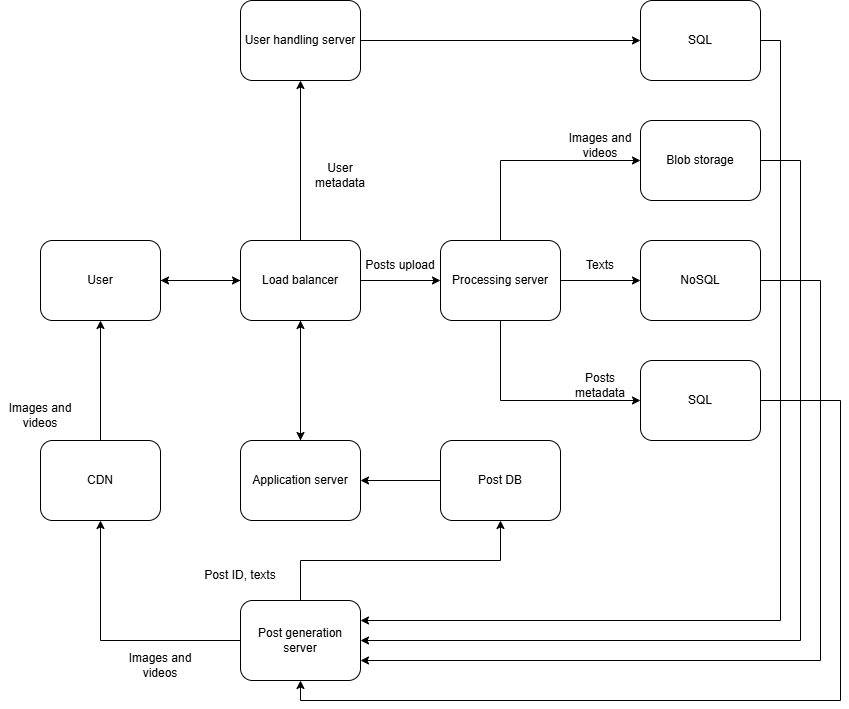
The draw.io diagram software-engineering/image/system-design-0/instagram-1.png in riehseun/riehseun.github.io, before a commit. Source tidied: cells renumbered, new cells last; positions are measured from the earlier drawing's top-left corner, leaving out a move shared by most shapes.
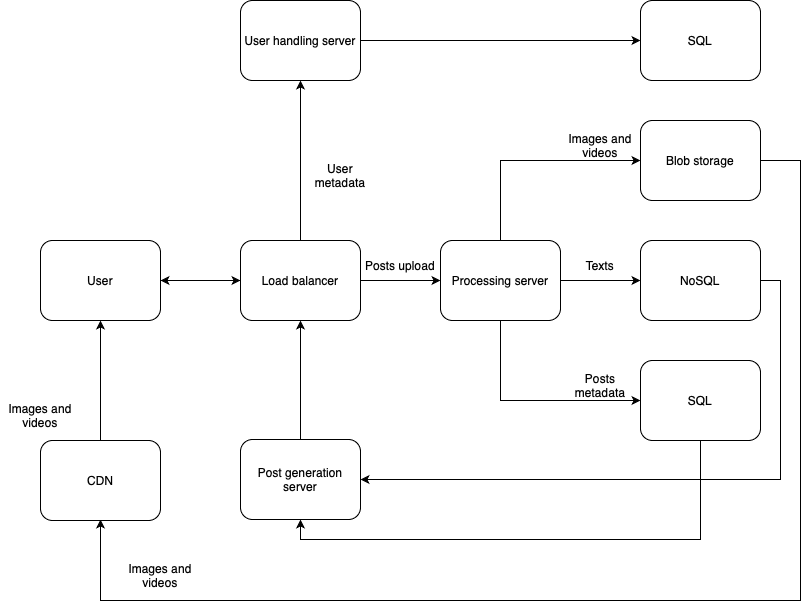
Later version of the same file.

The edit, as a diff of the source:
```diff
@@ -14,9 +14,6 @@
     <mxCell id="5" style="edgeStyle=orthogonalEdgeStyle;rounded=0;jettySize=auto;html=1;exitX=0;exitY=0.5;exitDx=0;exitDy=0;entryX=1;entryY=0.5;entryDx=0;entryDy=0;" parent="1" edge="1" source="8" target="3">
       <mxGeometry relative="1" as="geometry" />
     </mxCell>
-    <mxCell id="6" style="edgeStyle=orthogonalEdgeStyle;rounded=0;jettySize=auto;html=1;exitX=0.5;exitY=1;exitDx=0;exitDy=0;" parent="1" edge="1" source="8" target="30">
-      <mxGeometry relative="1" as="geometry" />
-    </mxCell>
     <mxCell id="7" style="edgeStyle=orthogonalEdgeStyle;rounded=0;jettySize=auto;html=1;exitX=0.5;exitY=0;exitDx=0;exitDy=0;" parent="1" edge="1" source="8" target="39">
       <mxGeometry relative="1" as="geometry" />
     </mxCell>
@@ -35,13 +32,8 @@
     <mxCell id="12" value="Processing server" style="rounded=1;whiteSpace=wrap;html=1;" parent="1" vertex="1">
       <mxGeometry x="440" y="240" width="120" height="80" as="geometry" />
     </mxCell>
-    <mxCell id="13" style="edgeStyle=orthogonalEdgeStyle;rounded=0;jettySize=auto;html=1;exitX=1;exitY=0.5;exitDx=0;exitDy=0;entryX=1;entryY=0.75;entryDx=0;entryDy=0;" parent="1" edge="1" source="14" target="28">
-      <mxGeometry relative="1" as="geometry">
-        <Array as="points">
-          <mxPoint x="820" y="280" />
-          <mxPoint x="820" y="660" />
-        </Array>
-      </mxGeometry>
+    <mxCell id="13" style="edgeStyle=orthogonalEdgeStyle;rounded=0;jettySize=auto;html=1;exitX=1;exitY=0.5;exitDx=0;exitDy=0;entryX=0;entryY=0.5;entryDx=0;entryDy=0;" parent="1" edge="1" source="14" target="28">
+      <mxGeometry relative="1" as="geometry" />
     </mxCell>
     <mxCell id="14" value="NoSQL" style="rounded=1;whiteSpace=wrap;html=1;" parent="1" vertex="1">
       <mxGeometry x="640" y="240" width="120" height="80" as="geometry" />
@@ -49,25 +41,21 @@
     <mxCell id="15" value="Posts upload" style="text;html=1;align=center;verticalAlign=middle;whiteSpace=wrap;rounded=0;" parent="1" vertex="1">
       <mxGeometry x="360" y="250" width="80" height="30" as="geometry" />
     </mxCell>
-    <mxCell id="16" style="edgeStyle=orthogonalEdgeStyle;rounded=0;jettySize=auto;html=1;exitX=1;exitY=0.5;exitDx=0;exitDy=0;entryX=1;entryY=0.5;entryDx=0;entryDy=0;" parent="1" edge="1" source="17" target="28">
+    <mxCell id="16" style="edgeStyle=orthogonalEdgeStyle;rounded=0;jettySize=auto;html=1;entryX=1;entryY=0.5;entryDx=0;entryDy=0;exitX=1;exitY=0.5;exitDx=0;exitDy=0;" parent="1" edge="1" source="17">
       <mxGeometry relative="1" as="geometry">
+        <mxPoint x="100" y="519" as="targetPoint" />
         <Array as="points">
           <mxPoint x="800" y="160" />
-          <mxPoint x="800" y="640" />
+          <mxPoint x="800" y="600" />
+          <mxPoint x="100" y="600" />
         </Array>
       </mxGeometry>
     </mxCell>
     <mxCell id="17" value="Blob storage" style="rounded=1;whiteSpace=wrap;html=1;" parent="1" vertex="1">
       <mxGeometry x="640" y="120" width="120" height="80" as="geometry" />
     </mxCell>
-    <mxCell id="18" style="edgeStyle=orthogonalEdgeStyle;rounded=0;jettySize=auto;html=1;exitX=1;exitY=0.5;exitDx=0;exitDy=0;entryX=0.5;entryY=1;entryDx=0;entryDy=0;" parent="1" edge="1" source="19" target="28">
-      <mxGeometry relative="1" as="geometry">
-        <Array as="points">
-          <mxPoint x="840" y="400" />
-          <mxPoint x="840" y="700" />
-          <mxPoint x="300" y="700" />
-        </Array>
-      </mxGeometry>
+    <mxCell id="18" style="edgeStyle=orthogonalEdgeStyle;rounded=0;jettySize=auto;html=1;exitX=0.5;exitY=1;exitDx=0;exitDy=0;entryX=0.5;entryY=0;entryDx=0;entryDy=0;" parent="1" edge="1" source="19" target="28">
+      <mxGeometry relative="1" as="geometry" />
     </mxCell>
     <mxCell id="19" value="SQL" style="rounded=1;whiteSpace=wrap;html=1;" parent="1" vertex="1">
       <mxGeometry x="640" y="360" width="120" height="80" as="geometry" />
@@ -81,36 +69,18 @@
     <mxCell id="22" value="Images and videos" style="text;html=1;align=center;verticalAlign=middle;whiteSpace=wrap;rounded=0;" parent="1" vertex="1">
       <mxGeometry x="560" y="130" width="80" height="30" as="geometry" />
     </mxCell>
-    <mxCell id="23" style="edgeStyle=orthogonalEdgeStyle;rounded=0;jettySize=auto;html=1;exitX=1;exitY=0.5;exitDx=0;exitDy=0;entryX=1;entryY=0.25;entryDx=0;entryDy=0;" parent="1" edge="1" source="24" target="28">
-      <mxGeometry relative="1" as="geometry" />
-    </mxCell>
     <mxCell id="24" value="SQL" style="rounded=1;whiteSpace=wrap;html=1;" parent="1" vertex="1">
       <mxGeometry x="640" width="120" height="80" as="geometry" />
     </mxCell>
     <mxCell id="25" value="User metadata" style="text;html=1;align=center;verticalAlign=middle;whiteSpace=wrap;rounded=0;" parent="1" vertex="1">
       <mxGeometry x="300" y="160" width="80" height="30" as="geometry" />
     </mxCell>
-    <mxCell id="26" style="edgeStyle=orthogonalEdgeStyle;rounded=0;jettySize=auto;html=1;exitX=0.5;exitY=0;exitDx=0;exitDy=0;entryX=0.5;entryY=1;entryDx=0;entryDy=0;" parent="1" edge="1" source="28" target="32">
-      <mxGeometry relative="1" as="geometry" />
-    </mxCell>
-    <mxCell id="27" style="edgeStyle=orthogonalEdgeStyle;rounded=0;jettySize=auto;html=1;exitX=0;exitY=0.5;exitDx=0;exitDy=0;entryX=0.5;entryY=1;entryDx=0;entryDy=0;" parent="1" edge="1" source="28" target="34">
-      <mxGeometry relative="1" as="geometry" />
-    </mxCell>
+    <mxCell id="40" style="edgeStyle=orthogonalEdgeStyle;rounded=0;jettySize=auto;html=1;exitX=0.5;exitY=1;exitDx=0;exitDy=0;entryX=0.5;entryY=1;entryDx=0;entryDy=0;" parent="1" edge="1" source="28" target="8">
+      <mxGeometry relative="1" as="geometry" />
+    </mxCell>
-    <mxCell id="28" value="Post generation server" style="rounded=1;whiteSpace=wrap;html=1;" parent="1" vertex="1">
-      <mxGeometry x="240" y="600" width="120" height="80" as="geometry" />
+    <mxCell id="28" value="Post generation server" style="rounded=1;whiteSpace=wrap;html=1;direction=west;" parent="1" vertex="1">
+      <mxGeometry x="240" y="439" width="120" height="80" as="geometry" />
     </mxCell>
-    <mxCell id="29" style="edgeStyle=orthogonalEdgeStyle;rounded=0;jettySize=auto;html=1;exitX=0.5;exitY=0;exitDx=0;exitDy=0;entryX=0.5;entryY=1;entryDx=0;entryDy=0;" parent="1" edge="1" source="30" target="8">
-      <mxGeometry relative="1" as="geometry" />
-    </mxCell>
-    <mxCell id="30" value="Application server" style="rounded=1;whiteSpace=wrap;html=1;" parent="1" vertex="1">
-      <mxGeometry x="240" y="440" width="120" height="80" as="geometry" />
-    </mxCell>
-    <mxCell id="31" style="edgeStyle=orthogonalEdgeStyle;rounded=0;jettySize=auto;html=1;exitX=0;exitY=0.5;exitDx=0;exitDy=0;entryX=1;entryY=0.5;entryDx=0;entryDy=0;" parent="1" edge="1" source="32" target="30">
-      <mxGeometry relative="1" as="geometry" />
-    </mxCell>
-    <mxCell id="32" value="Post DB" style="rounded=1;whiteSpace=wrap;html=1;" parent="1" vertex="1">
-      <mxGeometry x="440" y="440" width="120" height="80" as="geometry" />
-    </mxCell>
     <mxCell id="33" style="edgeStyle=orthogonalEdgeStyle;rounded=0;jettySize=auto;html=1;exitX=0.5;exitY=0;exitDx=0;exitDy=0;" parent="1" edge="1" source="34" target="3">
       <mxGeometry relative="1" as="geometry" />
     </mxCell>
@@ -121,11 +91,8 @@
       <mxGeometry y="400" width="80" height="30" as="geometry" />
     </mxCell>
     <mxCell id="36" value="Images and videos" style="text;html=1;align=center;verticalAlign=middle;whiteSpace=wrap;rounded=0;" parent="1" vertex="1">
-      <mxGeometry x="120" y="650" width="80" height="30" as="geometry" />
+      <mxGeometry x="120" y="560" width="80" height="30" as="geometry" />
     </mxCell>
-    <mxCell id="37" value="Post ID, texts" style="text;html=1;align=center;verticalAlign=middle;whiteSpace=wrap;rounded=0;" parent="1" vertex="1">
-      <mxGeometry x="200" y="560" width="80" height="30" as="geometry" />
-    </mxCell>
     <mxCell id="38" style="edgeStyle=orthogonalEdgeStyle;rounded=0;jettySize=auto;html=1;exitX=1;exitY=0.5;exitDx=0;exitDy=0;entryX=0;entryY=0.5;entryDx=0;entryDy=0;" parent="1" edge="1" source="39" target="24">
       <mxGeometry relative="1" as="geometry" />
     </mxCell>
```
